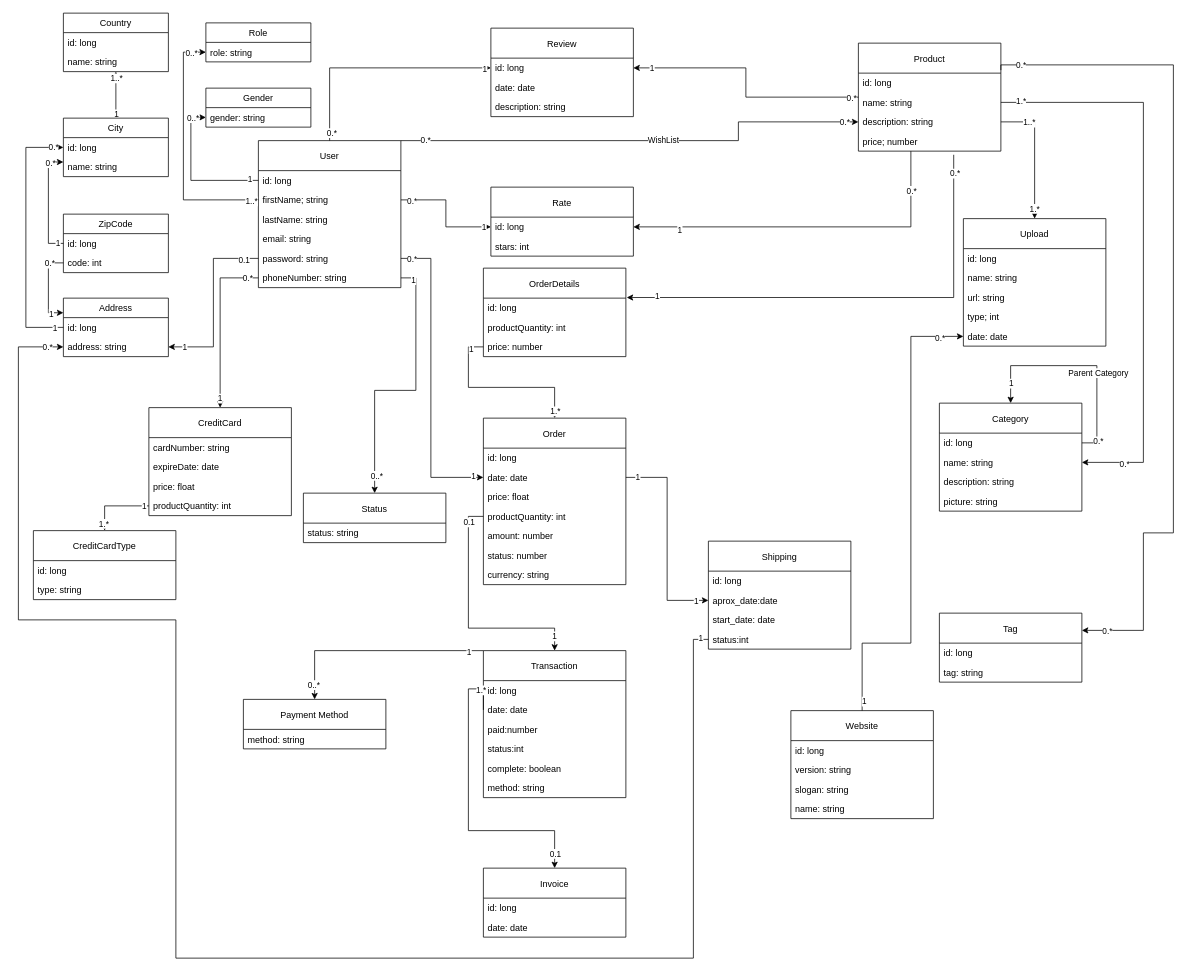
This is page "Ecommerce basic model" (1 of 4) of Class Diagram.drawio from Psycomentis06/AZIT-e-commerce-API-doc, a draw.io file, before an edit. Source tidied: cells renumbered, new cells numbered last; positions are measured from the earlier drawing's top-left corner, leaving out a move shared by most shapes. Both pictures are drawn from the tidied source at 75%, with x=0, y=0 at pixel (18, 13).
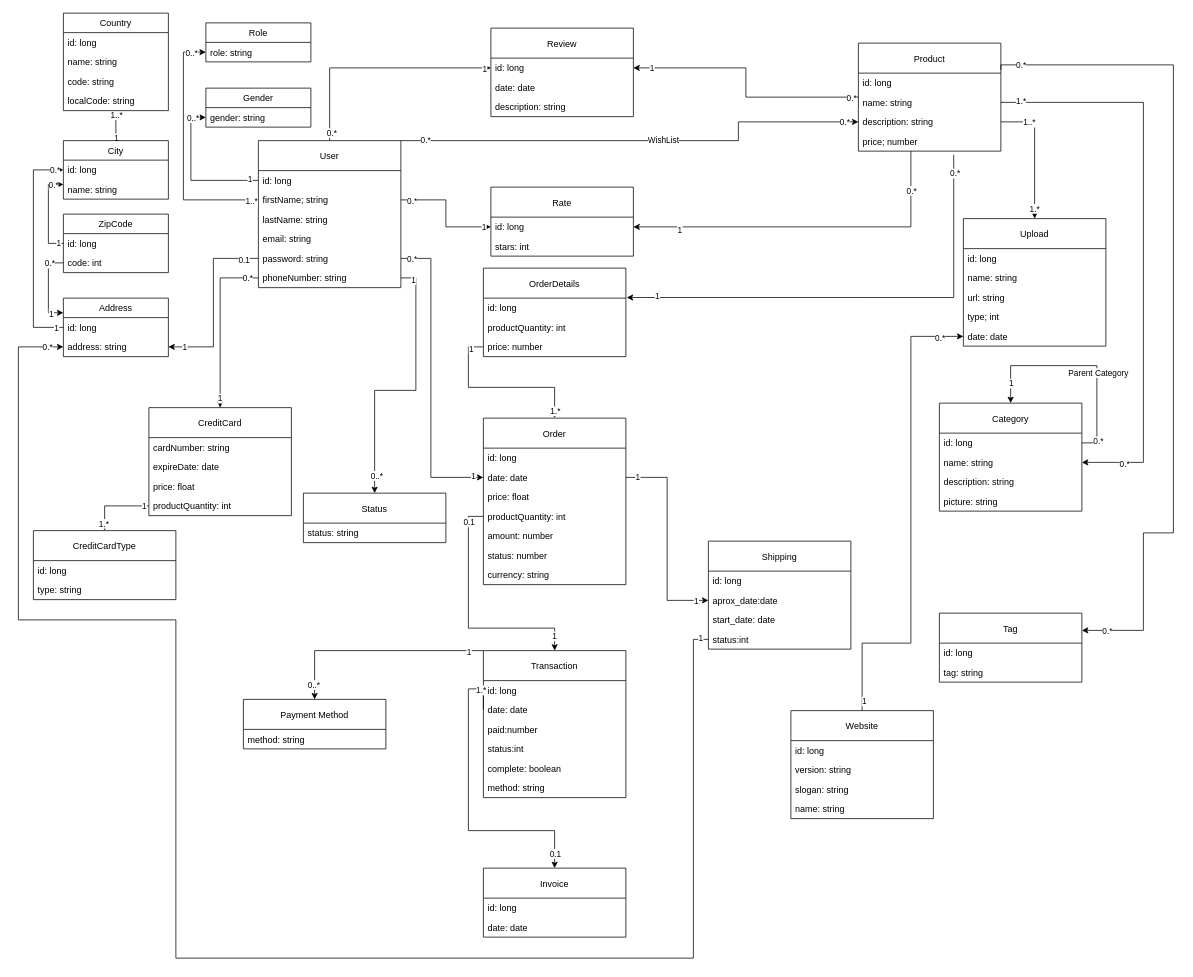
Above is the later version.

The change refers to these unchanged cells:
```xml
<mxCell id="20" value="id: long" style="text;strokeColor=none;fillColor=none;align=left;verticalAlign=top;spacingLeft=4;spacingRight=4;overflow=hidden;points=[[0,0.5],[1,0.5]];portConstraint=eastwest;" parent="19" vertex="1">
  <mxGeometry y="26" width="140" height="26" as="geometry" />
</mxCell>
<mxCell id="26" value="id: long" style="text;strokeColor=none;fillColor=none;align=left;verticalAlign=top;spacingLeft=4;spacingRight=4;overflow=hidden;points=[[0,0.5],[1,0.5]];portConstraint=eastwest;" parent="25" vertex="1">
  <mxGeometry y="26" width="140" height="26" as="geometry" />
</mxCell>
```

What changed in the source:
```diff
@@
     <mxCell id="25" value="City" style="swimlane;fontStyle=0;horizontal=1;startSize=26;fillColor=none;" parent="1" vertex="1">
-      <mxGeometry x="60" y="140" width="140" height="78" as="geometry" />
+      <mxGeometry x="60" y="170" width="140" height="78" as="geometry" />
     </mxCell>
@@
     <mxCell id="28" value="Country" style="swimlane;fontStyle=0;horizontal=1;startSize=26;fillColor=none;" parent="1" vertex="1">
-      <mxGeometry x="60" width="140" height="78" as="geometry" />
+      <mxGeometry x="60" width="140" height="130" as="geometry" />
     </mxCell>
@@
+    <mxCell id="181" value="code: string" style="text;strokeColor=none;fillColor=none;align=left;verticalAlign=top;spacingLeft=4;spacingRight=4;overflow=hidden;" parent="28" vertex="1">
+      <mxGeometry y="78" width="140" height="26" as="geometry" />
+    </mxCell>
+    <mxCell id="182" value="localCode: string" style="text;strokeColor=none;fillColor=none;align=left;verticalAlign=top;spacingLeft=4;spacingRight=4;overflow=hidden;" parent="28" vertex="1">
+      <mxGeometry y="104" width="140" height="26" as="geometry" />
+    </mxCell>
@@
     <mxCell id="61" style="edgeStyle=orthogonalEdgeStyle;rounded=0;jettySize=auto;html=1;exitX=0;exitY=0.5;exitDx=0;exitDy=0;entryX=0;entryY=0.5;entryDx=0;entryDy=0;" parent="1" edge="1" source="20" target="26">
       <mxGeometry relative="1" as="geometry">
         <Array as="points">
-          <mxPoint x="10" y="419" />
-          <mxPoint x="10" y="179" />
+          <mxPoint x="20" y="419" />
+          <mxPoint x="20" y="209" />
         </Array>
       </mxGeometry>
     </mxCell>
```
